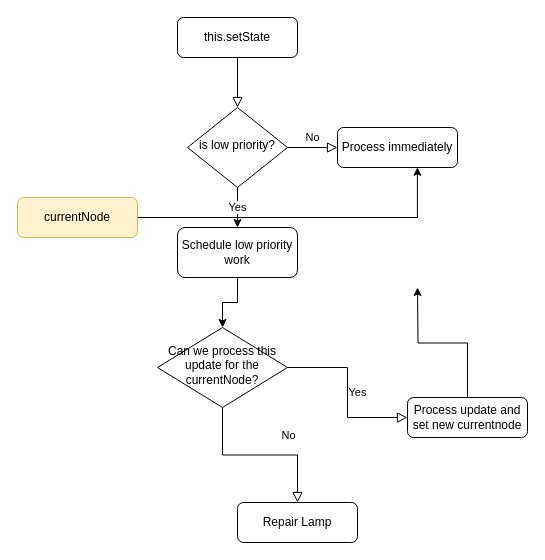
Before: concurrent.drawio in SivaPriya03/React_internals, a draw.io diagram. Source tidied: cells renumbered, new cells numbered last; positions are measured from the earlier drawing's top-left corner, leaving out a move shared by most shapes. Both pictures are drawn from the tidied source at 100%, with x=0, y=0 at pixel (17, 17).
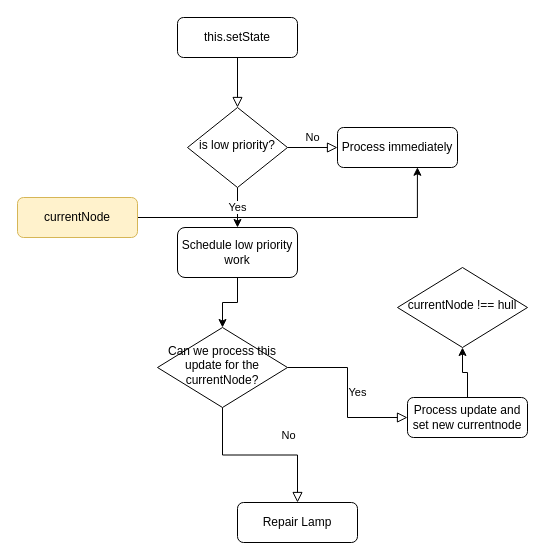
Above is the later version.

Diff of the diagram source:
```diff
@@
 <mxGraphModel>
   <root>
     <mxCell id="0" />
     <mxCell id="1" parent="0" />
     <mxCell id="2" style="rounded=0;html=1;jettySize=auto;fontSize=11;endArrow=block;endFill=0;endSize=8;strokeWidth=1;shadow=0;labelBackgroundColor=none;edgeStyle=orthogonalEdgeStyle;" parent="1" edge="1" source="3" target="6">
       <mxGeometry relative="1" as="geometry" />
     </mxCell>
     <mxCell id="3" value="this.setState" style="rounded=1;whiteSpace=wrap;html=1;fontSize=12;glass=0;strokeWidth=1;shadow=0;" parent="1" vertex="1">
       <mxGeometry x="160" width="120" height="40" as="geometry" />
     </mxCell>
     <mxCell id="4" value="No" style="edgeStyle=orthogonalEdgeStyle;rounded=0;html=1;jettySize=auto;fontSize=11;endArrow=block;endFill=0;endSize=8;strokeWidth=1;shadow=0;labelBackgroundColor=none;" parent="1" edge="1" source="6" target="7">
       <mxGeometry y="10" relative="1" as="geometry" />
     </mxCell>
     <mxCell id="5" value="Yes" style="edgeStyle=orthogonalEdgeStyle;rounded=0;jettySize=auto;html=1;" parent="1" edge="1" source="6" target="15">
       <mxGeometry relative="1" as="geometry" />
     </mxCell>
     <mxCell id="6" value="is low priority?" style="rhombus;whiteSpace=wrap;html=1;shadow=0;fontFamily=Helvetica;fontSize=12;align=center;strokeWidth=1;spacing=6;spacingTop=-4;" parent="1" vertex="1">
       <mxGeometry x="170" y="90" width="100" height="80" as="geometry" />
     </mxCell>
     <mxCell id="7" value="Process immediately" style="rounded=1;whiteSpace=wrap;html=1;fontSize=12;glass=0;strokeWidth=1;shadow=0;" parent="1" vertex="1">
       <mxGeometry x="320" y="110" width="120" height="40" as="geometry" />
     </mxCell>
     <mxCell id="8" value="No" style="rounded=0;html=1;jettySize=auto;fontSize=11;endArrow=block;endFill=0;endSize=8;strokeWidth=1;shadow=0;labelBackgroundColor=none;edgeStyle=orthogonalEdgeStyle;" parent="1" edge="1" source="10" target="11">
       <mxGeometry x="0.33" y="20" relative="1" as="geometry" />
     </mxCell>
     <mxCell id="9" value="Yes" style="edgeStyle=orthogonalEdgeStyle;rounded=0;html=1;jettySize=auto;fontSize=11;endArrow=block;endFill=0;endSize=8;strokeWidth=1;shadow=0;labelBackgroundColor=none;" parent="1" edge="1" source="10" target="13">
       <mxGeometry y="10" relative="1" as="geometry" />
     </mxCell>
     <mxCell id="10" value="Can we process this update for the currentNode?" style="rhombus;whiteSpace=wrap;html=1;shadow=0;fontFamily=Helvetica;fontSize=12;align=center;strokeWidth=1;spacing=6;spacingTop=-4;" parent="1" vertex="1">
       <mxGeometry x="140" y="310" width="130" height="80" as="geometry" />
     </mxCell>
     <mxCell id="11" value="Repair Lamp" style="rounded=1;whiteSpace=wrap;html=1;fontSize=12;glass=0;strokeWidth=1;shadow=0;" parent="1" vertex="1">
       <mxGeometry x="220" y="485" width="120" height="40" as="geometry" />
     </mxCell>
-    <mxCell id="12" style="edgeStyle=orthogonalEdgeStyle;rounded=0;jettySize=auto;html=1;" parent="1" edge="1" source="13">
-      <mxGeometry relative="1" as="geometry">
-        <mxPoint x="400" y="270" as="targetPoint" />
-      </mxGeometry>
-    </mxCell>
+    <mxCell id="18" style="edgeStyle=orthogonalEdgeStyle;rounded=0;jettySize=auto;html=1;" parent="1" edge="1" source="13" target="19">
+      <mxGeometry relative="1" as="geometry" />
+    </mxCell>
     <mxCell id="13" value="Process update and set new currentnode" style="rounded=1;whiteSpace=wrap;html=1;fontSize=12;glass=0;strokeWidth=1;shadow=0;" parent="1" vertex="1">
       <mxGeometry x="390" y="380" width="120" height="40" as="geometry" />
     </mxCell>
     <mxCell id="14" style="edgeStyle=orthogonalEdgeStyle;rounded=0;jettySize=auto;html=1;entryX=0.5;entryY=0;entryDx=0;entryDy=0;" parent="1" edge="1" source="15" target="10">
       <mxGeometry relative="1" as="geometry" />
     </mxCell>
     <mxCell id="15" value="Schedule low priority work" style="rounded=1;whiteSpace=wrap;html=1;fontSize=12;glass=0;strokeWidth=1;shadow=0;" parent="1" vertex="1">
       <mxGeometry x="160" y="210" width="120" height="50" as="geometry" />
     </mxCell>
     <mxCell id="16" style="edgeStyle=orthogonalEdgeStyle;rounded=0;jettySize=auto;html=1;entryX=0.666;entryY=0.994;entryDx=0;entryDy=0;entryPerimeter=0;" parent="1" edge="1" source="17" target="7">
       <mxGeometry relative="1" as="geometry" />
     </mxCell>
     <mxCell id="17" value="currentNode" style="rounded=1;whiteSpace=wrap;html=1;fontSize=12;glass=0;strokeWidth=1;shadow=0;fillColor=#fff2cc;strokeColor=#d6b656;" parent="1" vertex="1">
       <mxGeometry y="180" width="120" height="40" as="geometry" />
     </mxCell>
+    <mxCell id="19" value="currentNode !== hull" style="rhombus;whiteSpace=wrap;html=1;shadow=0;fontFamily=Helvetica;fontSize=12;align=center;strokeWidth=1;spacing=6;spacingTop=-4;" parent="1" vertex="1">
+      <mxGeometry x="380" y="250" width="130" height="80" as="geometry" />
+    </mxCell>
   </root>
 </mxGraphModel>
```
